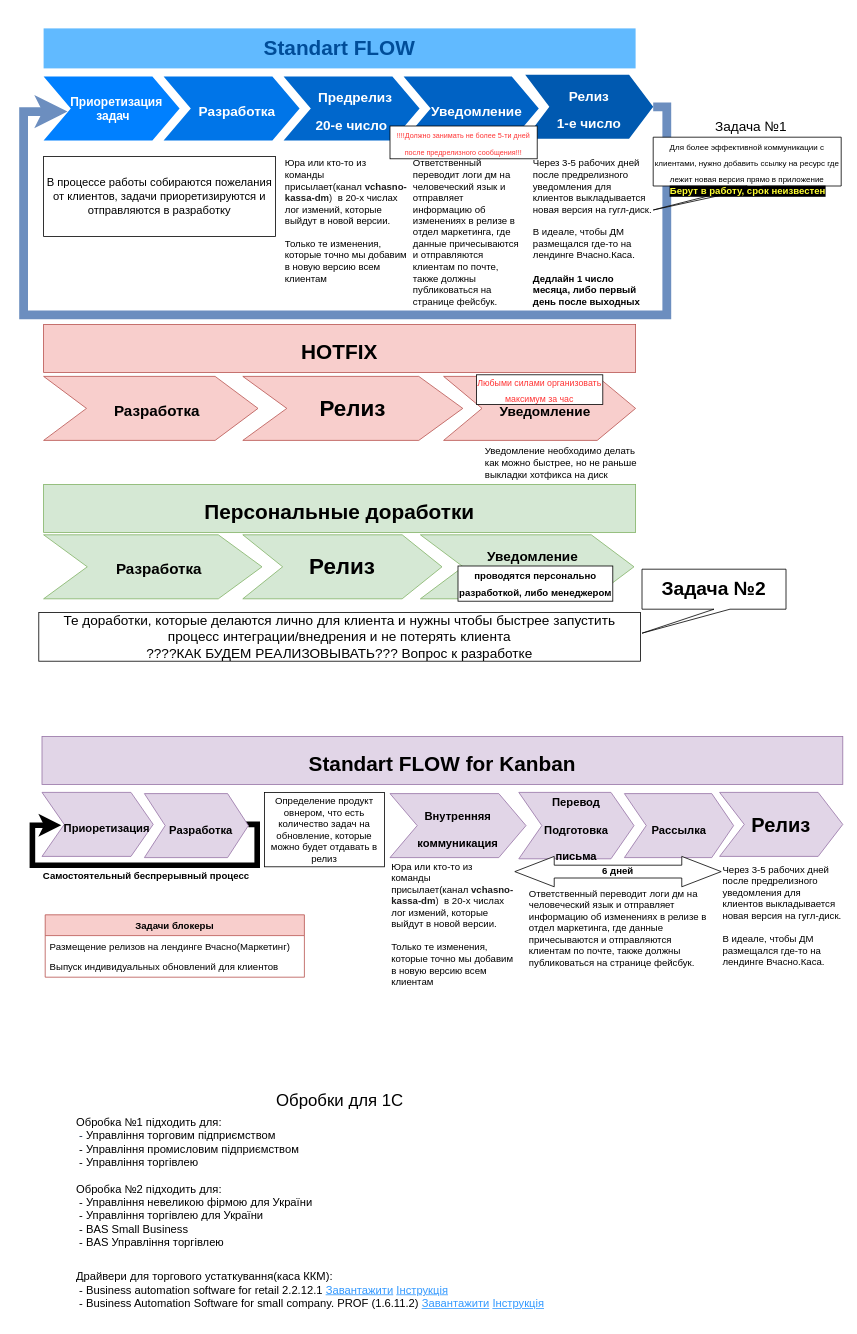
The draw.io diagram Untitled Diagram.drawio in wnata/alienInvasion, before the edit. Source tidied: cells renumbered, new cells numbered last; positions are measured from the earlier drawing's top-left corner, leaving out a move shared by most shapes. Both pictures are drawn from the tidied source at 80%, with x=0, y=0 at pixel (23, 28).
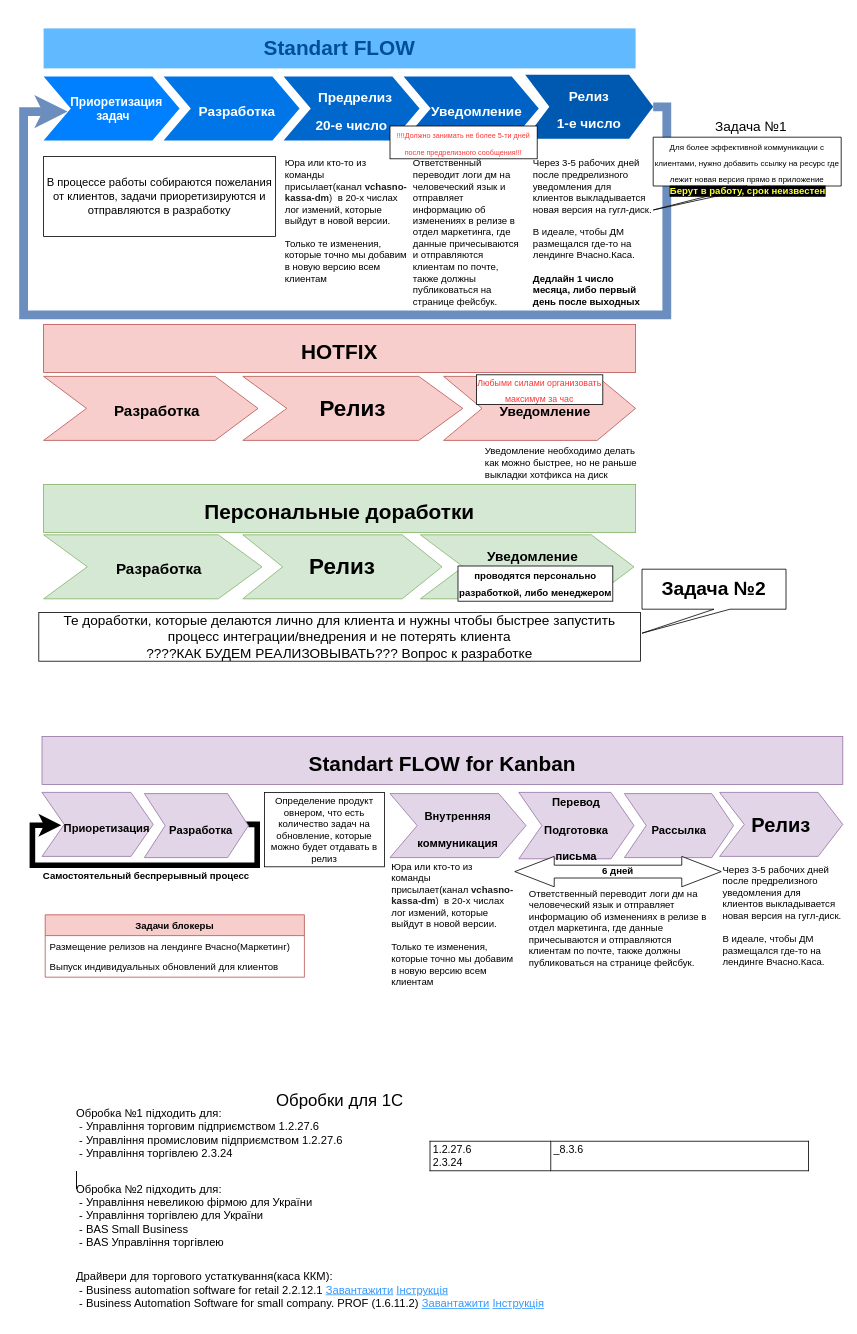
After the change.

Diff of the diagram source:
```diff
@@
-    <mxCell id="48" value="&lt;p style=&quot;font-size: 14px&quot;&gt;Обробка №1 підходить для:&lt;br&gt;&lt;span style=&quot;color: rgb(23 , 43 , 77) ; font-family: , &amp;#34;blinkmacsystemfont&amp;#34; , &amp;#34;segoe ui&amp;#34; , &amp;#34;roboto&amp;#34; , &amp;#34;noto sans&amp;#34; , &amp;#34;ubuntu&amp;#34; , &amp;#34;droid sans&amp;#34; , &amp;#34;helvetica neue&amp;#34; , sans-serif ; font-size: 14px ; background-color: rgb(255 , 255 , 255)&quot;&gt;&amp;nbsp;- &lt;/span&gt;&lt;span style=&quot;background-color: rgb(255 , 255 , 255)&quot;&gt;Управління торговим підприємством&lt;br&gt;&lt;/span&gt;&lt;span style=&quot;background-color: rgb(255 , 255 , 255)&quot;&gt;&amp;nbsp;- Управління промисловим підприємством&lt;br&gt;&lt;/span&gt;&amp;nbsp;- Управління торгівлею&lt;/p&gt;" style="text;html=1;align=left;verticalAlign=middle;strokeColor=none;" parent="1" vertex="1">
-      <mxGeometry x="63.5" y="1348" width="289" height="88" as="geometry" />
+    <mxCell id="48" value="&lt;p style=&quot;font-size: 14px&quot;&gt;Обробка №1 підходить для:&lt;br&gt;&lt;span style=&quot;color: rgb(23 , 43 , 77) ; font-family: , &amp;#34;blinkmacsystemfont&amp;#34; , &amp;#34;segoe ui&amp;#34; , &amp;#34;roboto&amp;#34; , &amp;#34;noto sans&amp;#34; , &amp;#34;ubuntu&amp;#34; , &amp;#34;droid sans&amp;#34; , &amp;#34;helvetica neue&amp;#34; , sans-serif ; font-size: 14px ; background-color: rgb(255 , 255 , 255)&quot;&gt;&amp;nbsp;- &lt;/span&gt;&lt;span style=&quot;background-color: rgb(255 , 255 , 255)&quot;&gt;Управління торговим підприємством 1.2.27.6&lt;br&gt;&lt;/span&gt;&lt;span style=&quot;background-color: rgb(255 , 255 , 255)&quot;&gt;&amp;nbsp;- Управління промисловим підприємством&amp;nbsp;&lt;/span&gt;&lt;span style=&quot;background-color: rgb(255 , 255 , 255)&quot;&gt;1.2.27.6&lt;/span&gt;&lt;span style=&quot;background-color: rgb(255 , 255 , 255)&quot;&gt;&lt;br&gt;&lt;/span&gt;&amp;nbsp;- Управління торгівлею 2.3.24&lt;/p&gt;&lt;table cellspacing=&quot;0&quot; cellpadding=&quot;0&quot; dir=&quot;ltr&quot; border=&quot;1&quot; style=&quot;table-layout: fixed ; font-size: 10pt ; font-family: &amp;#34;arial&amp;#34; ; width: 0px ; border-collapse: collapse ; border: none&quot;&gt;&lt;tbody&gt;&lt;tr style=&quot;height: 21px&quot;&gt;&lt;td style=&quot;border-width: 1px ; border-style: solid ; border-color: rgb(0 , 0 , 0) ; overflow: hidden ; padding: 2px 3px ; vertical-align: top&quot;&gt;&lt;br&gt;&lt;/td&gt;&lt;/tr&gt;&lt;/tbody&gt;&lt;/table&gt;" style="text;html=1;align=left;verticalAlign=middle;strokeColor=none;" parent="1" vertex="1">
+      <mxGeometry x="63.5" y="1337" width="343" height="110" as="geometry" />
     </mxCell>
@@
+    <mxCell id="51" value="&lt;table cellspacing=&quot;0&quot; cellpadding=&quot;0&quot; dir=&quot;ltr&quot; border=&quot;1&quot; style=&quot;table-layout: fixed ; font-size: 10pt ; font-family: &amp;quot;arial&amp;quot; ; width: 0px ; border-collapse: collapse ; border: none&quot;&gt;&lt;colgroup&gt;&lt;col width=&quot;151&quot;&gt;&lt;col width=&quot;322&quot;&gt;&lt;/colgroup&gt;&lt;tbody&gt;&lt;tr style=&quot;height: 21px&quot;&gt;&lt;td style=&quot;border-top: 1px solid #000000 ; border-right: 1px solid #000000 ; border-bottom: 1px solid #000000 ; border-left: 1px solid #000000 ; overflow: hidden ; padding: 2px 3px 2px 3px ; vertical-align: top&quot;&gt;1.2.27.6&lt;br&gt;2.3.24&lt;/td&gt;&lt;td style=&quot;border-top: 1px solid #000000 ; border-right: 1px solid #000000 ; border-bottom: 1px solid #000000 ; overflow: hidden ; padding: 2px 3px 2px 3px ; vertical-align: top&quot;&gt;_8.3.6&lt;/td&gt;&lt;/tr&gt;&lt;/tbody&gt;&lt;/table&gt;" style="text;whiteSpace=wrap;html=1;" parent="1" vertex="1">
+      <mxGeometry x="506" y="1384" width="494" height="45" as="geometry" />
+    </mxCell>
```
